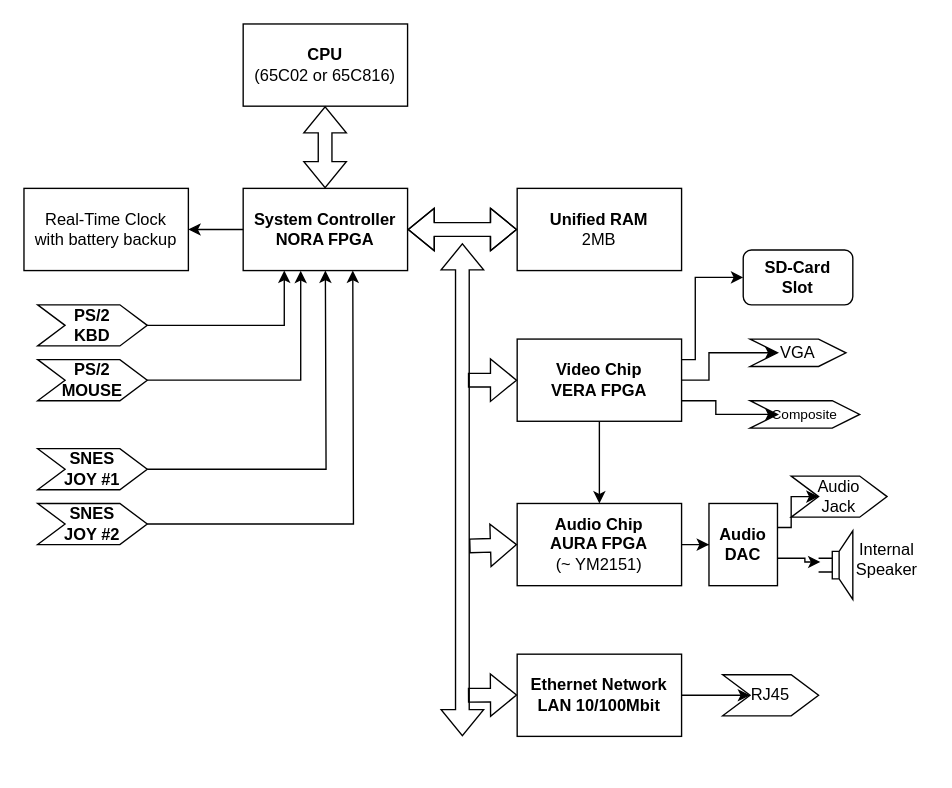
The draw.io diagram doc/pic/x65-small-blockdiagram.drawio in jsyk/x65, before the edit. Source tidied: cells renumbered, new cells numbered last; positions are measured from the earlier drawing's top-left corner, leaving out a move shared by most shapes. Both pictures are drawn from the tidied source at 137%, with x=0, y=0 at pixel (23, 23).
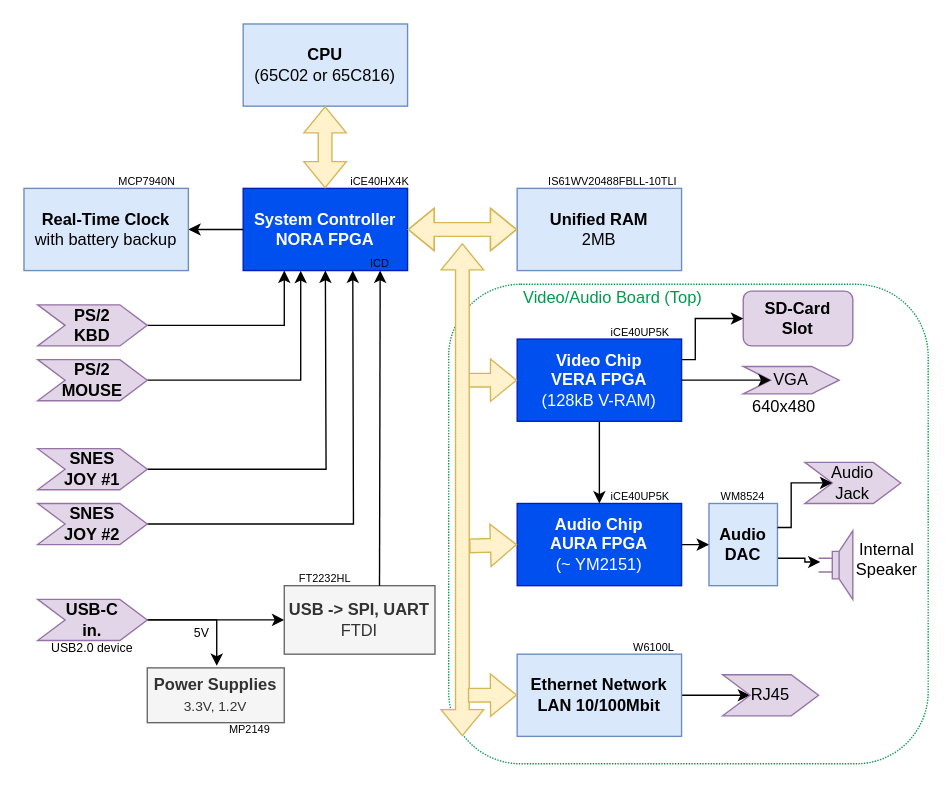
The same page after the edit.

The edit, as a diff of the source:
```diff
@@
+    <mxCell id="40" style="rounded=1;whiteSpace=wrap;html=1;fillColor=none;dashed=1;dashPattern=1 1;strokeColor=#00994D;gradientColor=none;" parent="1" vertex="1">
+      <mxGeometry x="310" y="190" width="350" height="350" as="geometry" />
+    </mxCell>
-    <mxCell id="2" value="&lt;b&gt;CPU&lt;/b&gt;&lt;br&gt;(65C02 or 65C816)" style="rounded=0;whiteSpace=wrap;html=1;" parent="1" vertex="1">
+    <mxCell id="2" value="&lt;b&gt;CPU&lt;/b&gt;&lt;br&gt;(65C02 or 65C816)" style="rounded=0;whiteSpace=wrap;html=1;fillColor=#dae8fc;strokeColor=#6c8ebf;" parent="1" vertex="1">
       <mxGeometry x="160" width="120" height="60" as="geometry" />
     </mxCell>
-    <mxCell id="3" value="&lt;b&gt;System Controller&lt;br&gt;NORA FPGA&lt;/b&gt;" style="rounded=0;whiteSpace=wrap;html=1;" parent="1" vertex="1">
+    <mxCell id="3" value="&lt;b&gt;System Controller&lt;br&gt;NORA FPGA&lt;/b&gt;" style="rounded=0;whiteSpace=wrap;html=1;fillColor=#0050ef;strokeColor=#001DBC;fontColor=#ffffff;" parent="1" vertex="1">
       <mxGeometry x="160" y="120" width="120" height="60" as="geometry" />
     </mxCell>
-    <mxCell id="4" style="shape=flexArrow;endArrow=classic;startArrow=classic;html=1;rounded=0;exitX=0.5;exitY=0;exitDx=0;exitDy=0;entryX=0.5;entryY=1;entryDx=0;entryDy=0;" parent="1" edge="1">
+    <mxCell id="4" style="shape=flexArrow;endArrow=classic;startArrow=classic;html=1;rounded=0;exitX=0.5;exitY=0;exitDx=0;exitDy=0;entryX=0.5;entryY=1;entryDx=0;entryDy=0;fillColor=#fff2cc;strokeColor=#d6b656;" parent="1" edge="1">
       <mxGeometry relative="1" as="geometry">
         <mxPoint x="219.8" y="120" as="sourcePoint" />
         <mxPoint x="219.8" y="60" as="targetPoint" />
       </mxGeometry>
     </mxCell>
-    <mxCell id="5" value="&lt;b&gt;Unified RAM&lt;/b&gt;&lt;br&gt;2MB" style="rounded=0;whiteSpace=wrap;html=1;" parent="1" vertex="1">
+    <mxCell id="5" value="&lt;b&gt;Unified RAM&lt;/b&gt;&lt;br&gt;2MB" style="rounded=0;whiteSpace=wrap;html=1;fillColor=#dae8fc;strokeColor=#6c8ebf;" parent="1" vertex="1">
       <mxGeometry x="360" y="120" width="120" height="60" as="geometry" />
     </mxCell>
-    <mxCell id="6" style="shape=flexArrow;endArrow=classic;startArrow=classic;html=1;rounded=0;entryX=0;entryY=0.5;entryDx=0;entryDy=0;exitX=1;exitY=0.5;exitDx=0;exitDy=0;" parent="1" edge="1">
+    <mxCell id="6" style="shape=flexArrow;endArrow=classic;startArrow=classic;html=1;rounded=0;entryX=0;entryY=0.5;entryDx=0;entryDy=0;exitX=1;exitY=0.5;exitDx=0;exitDy=0;fillColor=#fff2cc;strokeColor=#d6b656;" parent="1" edge="1">
       <mxGeometry relative="1" as="geometry">
         <mxPoint x="280" y="150" as="sourcePoint" />
         <mxPoint x="360" y="150" as="targetPoint" />
         <Array as="points">
           <mxPoint x="320" y="150" />
         </Array>
       </mxGeometry>
     </mxCell>
-    <mxCell id="7" style="edgeStyle=orthogonalEdgeStyle;rounded=0;jettySize=auto;html=1;exitX=1;exitY=0.75;exitDx=0;exitDy=0;" parent="1" edge="1" source="9" target="23">
-      <mxGeometry relative="1" as="geometry" />
-    </mxCell>
@@
-    <mxCell id="9" value="Video Chip&lt;br&gt;VERA FPGA" style="rounded=0;whiteSpace=wrap;html=1;fontStyle=1;" parent="1" vertex="1">
+    <mxCell id="9" value="Video Chip&lt;br&gt;VERA FPGA&lt;br&gt;&lt;span style=&quot;font-weight: normal;&quot;&gt;(128kB V-RAM)&lt;/span&gt;" style="rounded=0;whiteSpace=wrap;html=1;fontStyle=1;fillColor=#0050ef;strokeColor=#001DBC;fontColor=#ffffff;" parent="1" vertex="1">
       <mxGeometry x="360" y="230" width="120" height="60" as="geometry" />
     </mxCell>
@@
-    <mxCell id="11" value="Audio Chip&lt;br&gt;AURA FPGA&lt;br&gt;&lt;span style=&quot;font-weight: normal;&quot;&gt;(~ YM2151)&lt;/span&gt;" style="rounded=0;whiteSpace=wrap;html=1;fontStyle=1;" parent="1" vertex="1">
+    <mxCell id="11" value="Audio Chip&lt;br&gt;AURA FPGA&lt;br&gt;&lt;span style=&quot;font-weight: normal;&quot;&gt;(~ YM2151)&lt;/span&gt;" style="rounded=0;whiteSpace=wrap;html=1;fontStyle=1;fillColor=#0050ef;strokeColor=#001DBC;fontColor=#ffffff;" parent="1" vertex="1">
       <mxGeometry x="360" y="350" width="120" height="60" as="geometry" />
     </mxCell>
@@
-    <mxCell id="13" value="PS/2&lt;br&gt;KBD" style="shape=step;perimeter=stepPerimeter;whiteSpace=wrap;html=1;fixedSize=1;fontStyle=1;" parent="1" vertex="1">
+    <mxCell id="13" value="PS/2&lt;br&gt;KBD" style="shape=step;perimeter=stepPerimeter;whiteSpace=wrap;html=1;fixedSize=1;fontStyle=1;fillColor=#e1d5e7;strokeColor=#9673a6;" parent="1" vertex="1">
       <mxGeometry x="10" y="205" width="80" height="30" as="geometry" />
     </mxCell>
@@
-    <mxCell id="15" value="PS/2&lt;br&gt;MOUSE" style="shape=step;perimeter=stepPerimeter;whiteSpace=wrap;html=1;fixedSize=1;fontStyle=1;" parent="1" vertex="1">
+    <mxCell id="15" value="PS/2&lt;br&gt;MOUSE" style="shape=step;perimeter=stepPerimeter;whiteSpace=wrap;html=1;fixedSize=1;fontStyle=1;fillColor=#e1d5e7;strokeColor=#9673a6;" parent="1" vertex="1">
       <mxGeometry x="10" y="245" width="80" height="30" as="geometry" />
     </mxCell>
@@
-    <mxCell id="17" value="SNES&lt;br&gt;JOY #1" style="shape=step;perimeter=stepPerimeter;whiteSpace=wrap;html=1;fixedSize=1;fontStyle=1;" parent="1" vertex="1">
+    <mxCell id="17" value="SNES&lt;br&gt;JOY #1" style="shape=step;perimeter=stepPerimeter;whiteSpace=wrap;html=1;fixedSize=1;fontStyle=1;fillColor=#e1d5e7;strokeColor=#9673a6;" parent="1" vertex="1">
       <mxGeometry x="10" y="310" width="80" height="30" as="geometry" />
     </mxCell>
@@
-    <mxCell id="19" value="SNES&lt;br&gt;JOY #2" style="shape=step;perimeter=stepPerimeter;whiteSpace=wrap;html=1;fixedSize=1;fontStyle=1;" parent="1" vertex="1">
+    <mxCell id="19" value="SNES&lt;br&gt;JOY #2" style="shape=step;perimeter=stepPerimeter;whiteSpace=wrap;html=1;fixedSize=1;fontStyle=1;fillColor=#e1d5e7;strokeColor=#9673a6;" parent="1" vertex="1">
       <mxGeometry x="10" y="350" width="80" height="30" as="geometry" />
     </mxCell>
@@
-    <mxCell id="21" value="Real-Time Clock&lt;br&gt;with battery backup" style="rounded=0;whiteSpace=wrap;html=1;" parent="1" vertex="1">
+    <mxCell id="21" value="&lt;b&gt;Real-Time Clock&lt;/b&gt;&lt;br&gt;with battery backup" style="rounded=0;whiteSpace=wrap;html=1;fillColor=#dae8fc;strokeColor=#6c8ebf;" parent="1" vertex="1">
       <mxGeometry y="120" width="120" height="60" as="geometry" />
     </mxCell>
-    <mxCell id="22" value="VGA" style="shape=step;perimeter=stepPerimeter;whiteSpace=wrap;html=1;fixedSize=1;" parent="1" vertex="1">
-      <mxGeometry x="530" y="230" width="70" height="20" as="geometry" />
+    <mxCell id="22" value="VGA" style="shape=step;perimeter=stepPerimeter;whiteSpace=wrap;html=1;fixedSize=1;fillColor=#e1d5e7;strokeColor=#9673a6;" parent="1" vertex="1">
+      <mxGeometry x="525" y="250" width="70" height="20" as="geometry" />
     </mxCell>
-    <mxCell id="23" value="Composite" style="shape=step;perimeter=stepPerimeter;whiteSpace=wrap;html=1;fixedSize=1;fontSize=10;" parent="1" vertex="1">
-      <mxGeometry x="530" y="275" width="80" height="20" as="geometry" />
-    </mxCell>
-    <mxCell id="24" value="Audio&lt;br&gt;Jack" style="shape=step;perimeter=stepPerimeter;whiteSpace=wrap;html=1;fixedSize=1;" parent="1" vertex="1">
-      <mxGeometry x="560" y="330" width="70" height="30" as="geometry" />
+    <mxCell id="24" value="Audio&lt;br&gt;Jack" style="shape=step;perimeter=stepPerimeter;whiteSpace=wrap;html=1;fixedSize=1;fillColor=#e1d5e7;strokeColor=#9673a6;" parent="1" vertex="1">
+      <mxGeometry x="570" y="320" width="70" height="30" as="geometry" />
     </mxCell>
-    <mxCell id="25" style="verticalLabelPosition=bottom;shadow=0;dashed=0;align=center;html=1;verticalAlign=top;shape=mxgraph.electrical.electro-mechanical.loudspeaker;" parent="1" vertex="1">
+    <mxCell id="25" style="verticalLabelPosition=bottom;shadow=0;dashed=0;align=center;html=1;verticalAlign=top;shape=mxgraph.electrical.electro-mechanical.loudspeaker;fillColor=#e1d5e7;strokeColor=#9673a6;" parent="1" vertex="1">
       <mxGeometry x="580" y="370" width="25" height="50" as="geometry" />
     </mxCell>
@@
-    <mxCell id="27" value="Audio DAC" style="rounded=0;whiteSpace=wrap;html=1;fontStyle=1;" parent="1" vertex="1">
+    <mxCell id="27" value="Audio DAC" style="rounded=0;whiteSpace=wrap;html=1;fontStyle=1;fillColor=#dae8fc;strokeColor=#6c8ebf;" parent="1" vertex="1">
       <mxGeometry x="500" y="350" width="50" height="60" as="geometry" />
     </mxCell>
@@
-    <mxCell id="29" value="SD-Card&lt;br&gt;Slot" style="rounded=1;whiteSpace=wrap;html=1;fontStyle=1;" parent="1" vertex="1">
-      <mxGeometry x="525" y="165" width="80" height="40" as="geometry" />
+    <mxCell id="29" value="SD-Card&lt;br&gt;Slot" style="rounded=1;whiteSpace=wrap;html=1;fontStyle=1;fillColor=#e1d5e7;strokeColor=#9673a6;" parent="1" vertex="1">
+      <mxGeometry x="525" y="195" width="80" height="40" as="geometry" />
     </mxCell>
@@
-    <mxCell id="31" value="Ethernet Network&lt;br&gt;LAN 10/100Mbit" style="rounded=0;whiteSpace=wrap;html=1;fontStyle=1;" parent="1" vertex="1">
+    <mxCell id="31" value="Ethernet Network&lt;br&gt;LAN 10/100Mbit" style="rounded=0;whiteSpace=wrap;html=1;fontStyle=1;fillColor=#dae8fc;strokeColor=#6c8ebf;" parent="1" vertex="1">
       <mxGeometry x="360" y="460" width="120" height="60" as="geometry" />
     </mxCell>
-    <mxCell id="32" style="shape=flexArrow;endArrow=classic;html=1;rounded=0;" parent="1" edge="1" target="9">
+    <mxCell id="32" style="shape=flexArrow;endArrow=classic;html=1;rounded=0;fillColor=#fff2cc;strokeColor=#d6b656;" parent="1" edge="1" target="9">
       <mxGeometry relative="1" as="geometry">
         <mxPoint x="324" y="260" as="sourcePoint" />
       </mxGeometry>
     </mxCell>
-    <mxCell id="33" style="shape=flexArrow;endArrow=classic;startArrow=classic;html=1;rounded=0;" parent="1" edge="1">
+    <mxCell id="33" style="shape=flexArrow;endArrow=classic;startArrow=classic;html=1;rounded=0;fillColor=#fff2cc;strokeColor=#d6b656;" parent="1" edge="1">
       <mxGeometry relative="1" as="geometry">
         <mxPoint x="320" y="520" as="sourcePoint" />
         <mxPoint x="320" y="160" as="targetPoint" />
       </mxGeometry>
     </mxCell>
-    <mxCell id="34" style="shape=flexArrow;endArrow=classic;html=1;rounded=0;" parent="1" edge="1">
+    <mxCell id="34" style="shape=flexArrow;endArrow=classic;html=1;rounded=0;fillColor=#fff2cc;strokeColor=#d6b656;" parent="1" edge="1">
       <mxGeometry relative="1" as="geometry">
         <mxPoint x="325" y="381" as="sourcePoint" />
         <mxPoint x="360" y="380" as="targetPoint" />
       </mxGeometry>
     </mxCell>
-    <mxCell id="35" style="shape=flexArrow;endArrow=classic;html=1;rounded=0;" parent="1" edge="1">
+    <mxCell id="35" style="shape=flexArrow;endArrow=classic;html=1;rounded=0;fillColor=#fff2cc;strokeColor=#d6b656;" parent="1" edge="1">
       <mxGeometry relative="1" as="geometry">
         <mxPoint x="324" y="490" as="sourcePoint" />
         <mxPoint x="360" y="489.8" as="targetPoint" />
       </mxGeometry>
     </mxCell>
-    <mxCell id="36" value="RJ45" style="shape=step;perimeter=stepPerimeter;whiteSpace=wrap;html=1;fixedSize=1;" parent="1" vertex="1">
+    <mxCell id="36" value="RJ45" style="shape=step;perimeter=stepPerimeter;whiteSpace=wrap;html=1;fixedSize=1;fillColor=#e1d5e7;strokeColor=#9673a6;" parent="1" vertex="1">
       <mxGeometry x="510" y="475" width="70" height="30" as="geometry" />
     </mxCell>
     <mxCell id="37" style="edgeStyle=orthogonalEdgeStyle;rounded=0;jettySize=auto;html=1;entryX=0;entryY=0.5;entryDx=0;entryDy=0;" parent="1" edge="1" target="24">
       <mxGeometry relative="1" as="geometry">
         <mxPoint x="550" y="367.5" as="sourcePoint" />
         <Array as="points">
           <mxPoint x="560" y="368" />
-          <mxPoint x="560" y="345" />
+          <mxPoint x="560" y="335" />
         </Array>
       </mxGeometry>
     </mxCell>
     <mxCell id="38" style="endArrow=classic;html=1;rounded=0;exitX=1;exitY=0.5;exitDx=0;exitDy=0;entryX=0;entryY=0.5;entryDx=0;entryDy=0;" parent="1" edge="1" source="9" target="22">
       <mxGeometry relative="1" as="geometry">
         <Array as="points">
           <mxPoint x="500" y="260" />
-          <mxPoint x="500" y="240" />
         </Array>
       </mxGeometry>
     </mxCell>
     <mxCell id="39" style="endArrow=classic;html=1;rounded=0;exitX=1;exitY=0.25;exitDx=0;exitDy=0;entryX=0;entryY=0.5;entryDx=0;entryDy=0;" parent="1" edge="1" source="9" target="29">
       <mxGeometry relative="1" as="geometry">
         <Array as="points">
           <mxPoint x="490" y="245" />
-          <mxPoint x="490" y="185" />
+          <mxPoint x="490" y="215" />
         </Array>
       </mxGeometry>
     </mxCell>
+    <mxCell id="41" value="640x480" style="text;html=1;strokeColor=none;fillColor=none;align=center;verticalAlign=middle;whiteSpace=wrap;rounded=0;" parent="1" vertex="1">
+      <mxGeometry x="525" y="270" width="60" height="20" as="geometry" />
+    </mxCell>
+    <mxCell id="42" style="edgeStyle=orthogonalEdgeStyle;rounded=0;jettySize=auto;html=1;entryX=0;entryY=0.5;entryDx=0;entryDy=0;" parent="1" edge="1" source="44" target="48">
+      <mxGeometry relative="1" as="geometry" />
+    </mxCell>
+    <mxCell id="43" style="edgeStyle=orthogonalEdgeStyle;rounded=0;jettySize=auto;html=1;entryX=0.507;entryY=-0.037;entryDx=0;entryDy=0;entryPerimeter=0;exitX=1;exitY=0.5;exitDx=0;exitDy=0;" parent="1" edge="1" source="44" target="45">
+      <mxGeometry relative="1" as="geometry" />
+    </mxCell>
+    <mxCell id="44" value="USB-C&lt;br&gt;in." style="shape=step;perimeter=stepPerimeter;whiteSpace=wrap;html=1;fixedSize=1;fontStyle=1;fillColor=#e1d5e7;strokeColor=#9673a6;" parent="1" vertex="1">
+      <mxGeometry x="10" y="420" width="80" height="30" as="geometry" />
+    </mxCell>
+    <mxCell id="45" value="&lt;b&gt;Power Supplies&lt;/b&gt;&lt;br&gt;&lt;font style=&quot;font-size: 10px;&quot;&gt;3.3V, 1.2V&lt;/font&gt;" style="rounded=0;whiteSpace=wrap;html=1;fillColor=#f5f5f5;fontColor=#333333;strokeColor=#666666;" parent="1" vertex="1">
+      <mxGeometry x="90" y="470" width="100" height="40" as="geometry" />
+    </mxCell>
+    <mxCell id="46" value="ICD" style="text;html=1;strokeColor=none;fillColor=none;align=center;verticalAlign=middle;whiteSpace=wrap;rounded=0;fontSize=8;" parent="1" vertex="1">
+      <mxGeometry x="250" y="170" width="20" height="10" as="geometry" />
+    </mxCell>
+    <mxCell id="47" value="5V" style="text;html=1;strokeColor=none;fillColor=none;align=center;verticalAlign=middle;whiteSpace=wrap;rounded=0;fontSize=9;" parent="1" vertex="1">
+      <mxGeometry x="120" y="440" width="20" height="10" as="geometry" />
+    </mxCell>
+    <mxCell id="48" value="&lt;b&gt;USB -&amp;gt; SPI, UART&lt;/b&gt;&lt;br&gt;FTDI" style="rounded=0;whiteSpace=wrap;html=1;fillColor=#f5f5f5;fontColor=#333333;strokeColor=#666666;" parent="1" vertex="1">
+      <mxGeometry x="190" y="410" width="110" height="50" as="geometry" />
+    </mxCell>
+    <mxCell id="49" style="endArrow=classic;html=1;rounded=0;exitX=0.632;exitY=0;exitDx=0;exitDy=0;exitPerimeter=0;" parent="1" edge="1" source="48">
+      <mxGeometry relative="1" as="geometry">
+        <mxPoint x="260" y="180" as="targetPoint" />
+      </mxGeometry>
+    </mxCell>
+    <mxCell id="50" value="&lt;font style=&quot;font-size: 9px;&quot;&gt;USB2.0 device&lt;/font&gt;" style="text;html=1;strokeColor=none;fillColor=none;align=center;verticalAlign=middle;whiteSpace=wrap;rounded=0;" parent="1" vertex="1">
+      <mxGeometry x="15" y="450" width="70" height="10" as="geometry" />
+    </mxCell>
+    <mxCell id="51" value="Video/Audio Board (Top)" style="text;html=1;strokeColor=none;fillColor=none;align=center;verticalAlign=middle;whiteSpace=wrap;rounded=0;fontColor=#00994D;" parent="1" vertex="1">
+      <mxGeometry x="345" y="190" width="170" height="20" as="geometry" />
+    </mxCell>
+    <mxCell id="52" value="iCE40HX4K" style="text;html=1;strokeColor=none;fillColor=none;align=center;verticalAlign=middle;whiteSpace=wrap;rounded=0;fontSize=8;" parent="1" vertex="1">
+      <mxGeometry x="230" y="110" width="60" height="10" as="geometry" />
+    </mxCell>
+    <mxCell id="53" value="iCE40UP5K" style="text;html=1;strokeColor=none;fillColor=none;align=center;verticalAlign=middle;whiteSpace=wrap;rounded=0;fontSize=8;" parent="1" vertex="1">
+      <mxGeometry x="420" y="220" width="60" height="10" as="geometry" />
+    </mxCell>
+    <mxCell id="54" value="iCE40UP5K" style="text;html=1;strokeColor=none;fillColor=none;align=center;verticalAlign=middle;whiteSpace=wrap;rounded=0;fontSize=8;" parent="1" vertex="1">
+      <mxGeometry x="420" y="340" width="60" height="10" as="geometry" />
+    </mxCell>
+    <mxCell id="55" value="W6100L" style="text;html=1;strokeColor=none;fillColor=none;align=center;verticalAlign=middle;whiteSpace=wrap;rounded=0;fontSize=8;" parent="1" vertex="1">
+      <mxGeometry x="440" y="450" width="40" height="10" as="geometry" />
+    </mxCell>
+    <mxCell id="56" value="WM8524" style="text;html=1;strokeColor=none;fillColor=none;align=center;verticalAlign=middle;whiteSpace=wrap;rounded=0;fontSize=8;" parent="1" vertex="1">
+      <mxGeometry x="500" y="340" width="50" height="10" as="geometry" />
+    </mxCell>
+    <mxCell id="57" value="IS61WV20488FBLL-10TLI" style="text;html=1;strokeColor=none;fillColor=none;align=center;verticalAlign=middle;whiteSpace=wrap;rounded=0;fontSize=8;" parent="1" vertex="1">
+      <mxGeometry x="380" y="110" width="100" height="10" as="geometry" />
+    </mxCell>
+    <mxCell id="58" value="MCP7940N" style="text;html=1;strokeColor=none;fillColor=none;align=center;verticalAlign=middle;whiteSpace=wrap;rounded=0;fontSize=8;" parent="1" vertex="1">
+      <mxGeometry x="60" y="110" width="60" height="10" as="geometry" />
+    </mxCell>
+    <mxCell id="59" value="FT2232HL" style="text;html=1;strokeColor=none;fillColor=none;align=center;verticalAlign=middle;whiteSpace=wrap;rounded=0;fontSize=8;" parent="1" vertex="1">
+      <mxGeometry x="190" y="400" width="60" height="10" as="geometry" />
+    </mxCell>
+    <mxCell id="60" value="MP2149" style="text;html=1;strokeColor=none;fillColor=none;align=center;verticalAlign=middle;whiteSpace=wrap;rounded=0;fontSize=8;" parent="1" vertex="1">
+      <mxGeometry x="140" y="510" width="50" height="10" as="geometry" />
+    </mxCell>
```
